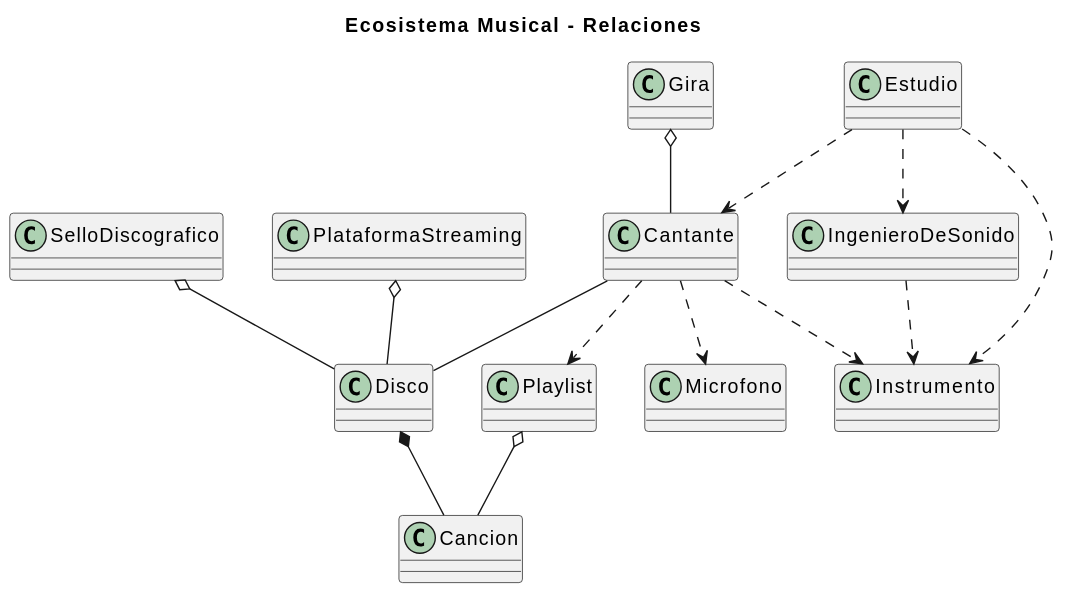
mmasias/25-26-IDSW2 keeps this PlantUML diagram as entregas/reto-001/DiagramaMusical.svg. Above is the earlier version. Source of this version:
```plantuml
@startuml
title Ecosistema Musical - Relaciones

class Cantante {
}

class Disco {
}

class Cancion {
}

class Playlist {
}

class Gira {
}

class SelloDiscografico {
}

class PlataformaStreaming {
}

class Estudio {
}

class IngenieroDeSonido {
}

class Instrumento {
}

class Microfono {
}

Disco *-- Cancion

Playlist o-- Cancion
Gira o-- Cantante
SelloDiscografico o-- Disco
PlataformaStreaming o-- Disco

Cantante -- Disco

Cantante ..> Instrumento
Cantante ..> Microfono
Cantante ..> Playlist
Estudio ..> Cantante
Estudio ..> Instrumento
Estudio ..> IngenieroDeSonido
IngenieroDeSonido ..> Instrumento
@enduml
```
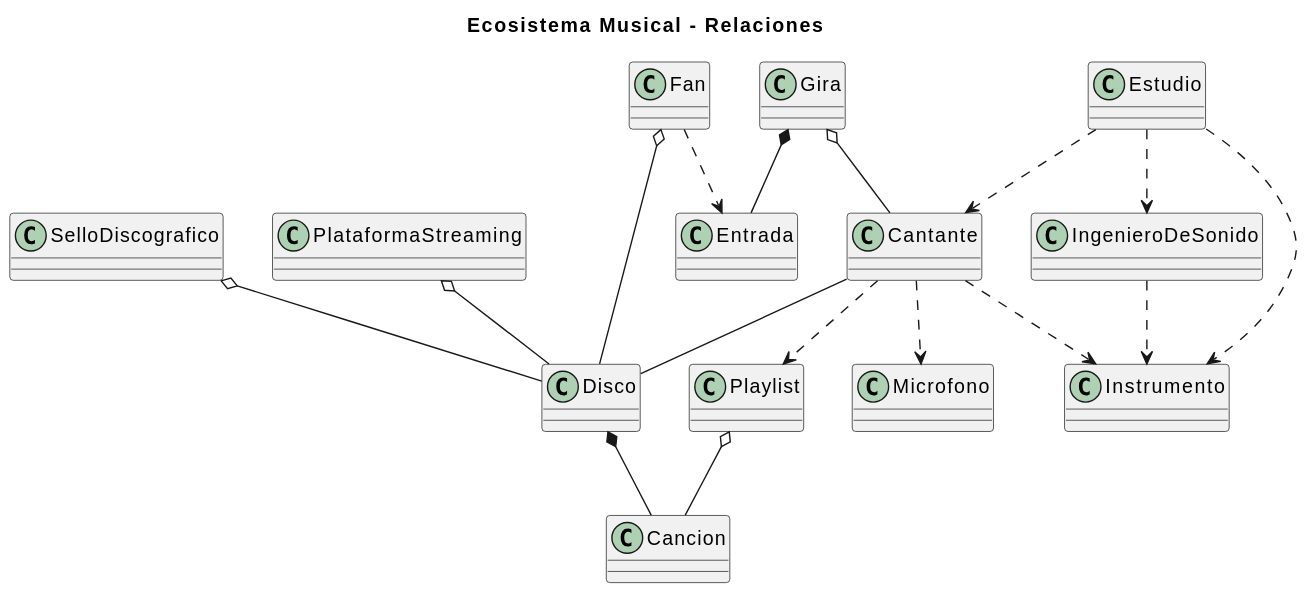
Above is the later version.

Change to the diagram source:
```diff
@@ -14,6 +14,9 @@
 }
 
 class Gira {
+}
+
+class Entrada {
 }
 
 class SelloDiscografico {
@@ -34,12 +37,17 @@
 class Microfono {
 }
 
+class Fan {
+}
+
 Disco *-- Cancion
+Gira *-- Entrada
 
 Playlist o-- Cancion
 Gira o-- Cantante
 SelloDiscografico o-- Disco
 PlataformaStreaming o-- Disco
+Fan o-- Disco
 
 Cantante -- Disco
 
@@ -50,4 +58,5 @@
 Estudio ..> Instrumento
 Estudio ..> IngenieroDeSonido
 IngenieroDeSonido ..> Instrumento
+Fan ..> Entrada
 @enduml
```
